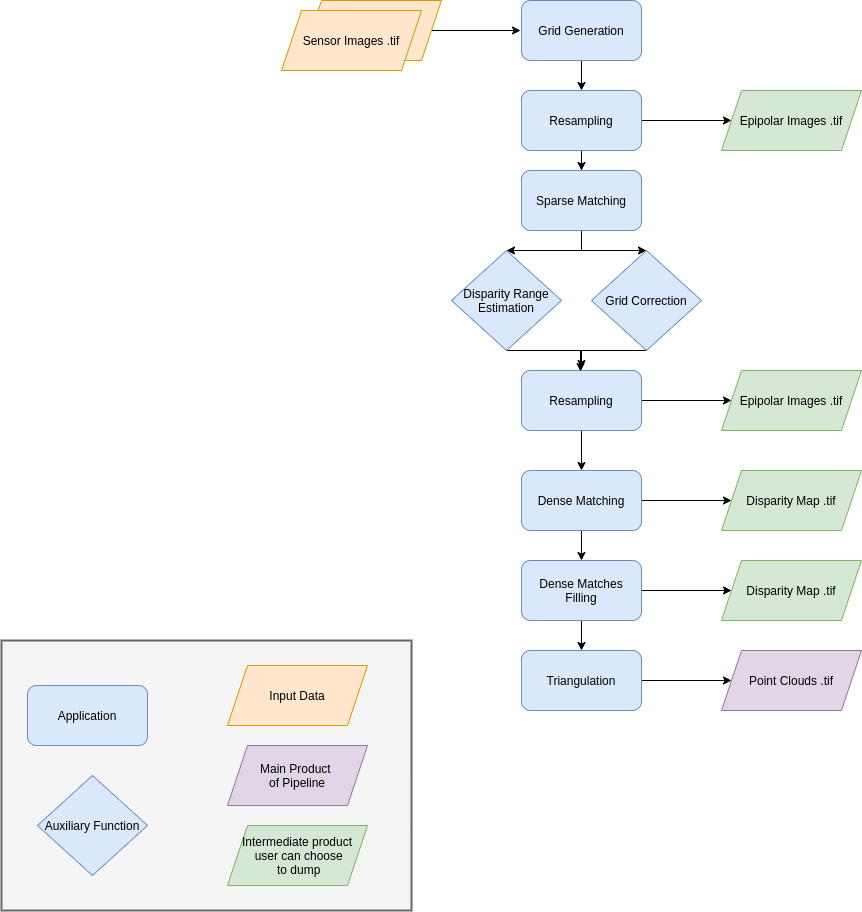
Before: docs/source/images/cars_pipeline_sensor_to_pc.png, a diagram exported from draw.io (CNES/cars). Source tidied: cells renumbered, new cells last; positions are measured from the earlier drawing's top-left corner, leaving out a move shared by most shapes.
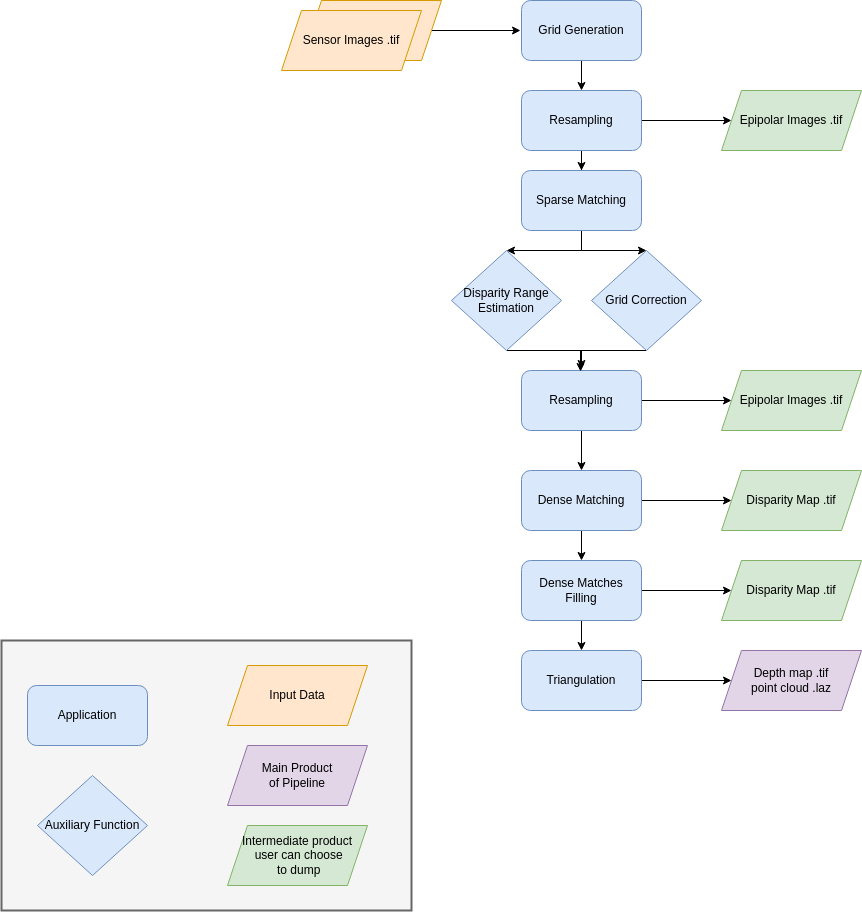
Later version of the same file.

The edit, as a diff of the source:
```diff
@@ -85,7 +85,7 @@
     <mxCell id="26" value="Grid Correction" style="rhombus;whiteSpace=wrap;html=1;fillColor=#dae8fc;strokeColor=#6c8ebf;" parent="1" vertex="1">
       <mxGeometry x="590" y="250" width="110" height="100" as="geometry" />
     </mxCell>
-    <mxCell id="27" value="Point Clouds .tif" style="shape=parallelogram;perimeter=parallelogramPerimeter;whiteSpace=wrap;html=1;fixedSize=1;fillColor=#e1d5e7;strokeColor=#9673a6;" parent="1" vertex="1">
+    <mxCell id="27" value="Depth map .tif&lt;br&gt;point cloud .laz" style="shape=parallelogram;perimeter=parallelogramPerimeter;whiteSpace=wrap;html=1;fixedSize=1;fillColor=#e1d5e7;strokeColor=#9673a6;" parent="1" vertex="1">
       <mxGeometry x="720" y="650" width="140" height="60" as="geometry" />
     </mxCell>
     <mxCell id="28" value="Sensor Images .tif" style="shape=parallelogram;perimeter=parallelogramPerimeter;whiteSpace=wrap;html=1;fixedSize=1;fillColor=#ffe6cc;strokeColor=#d79b00;" parent="1" vertex="1">
```
